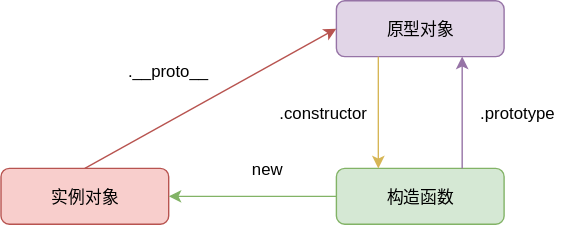
Above: images/JavaScript/prototype-01.svg in overnote/over-javascript (draw.io), before the change. Source tidied: cells renumbered, new cells last; positions are measured from the earlier drawing's top-left corner, leaving out a move shared by most shapes.
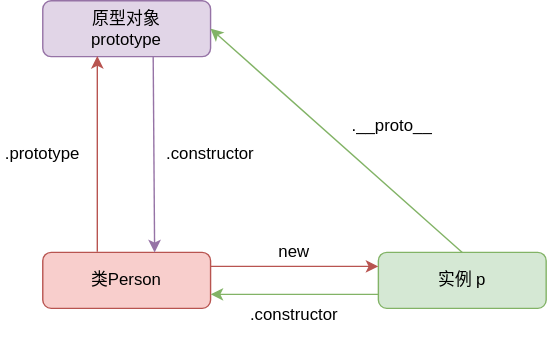
Later version of the same file.

Commit message:
修正原型链关系图

What changed in the source:
```diff
@@ -2,38 +2,46 @@
   <root>
     <mxCell id="0" />
     <mxCell id="1" parent="0" />
-    <mxCell id="2" value=".prototype" style="text;html=1;strokeColor=none;fillColor=none;align=center;verticalAlign=middle;whiteSpace=wrap;rounded=0;" parent="1" vertex="1">
-      <mxGeometry x="340" y="70" width="60" height="20" as="geometry" />
+    <mxCell id="2" value=".__proto__" style="text;html=1;strokeColor=none;fillColor=none;align=center;verticalAlign=middle;whiteSpace=wrap;rounded=0;" parent="1" vertex="1">
+      <mxGeometry x="220" y="20" width="60" height="20" as="geometry" />
     </mxCell>
     <mxCell id="3" value=".constructor" style="text;html=1;strokeColor=none;fillColor=none;align=center;verticalAlign=middle;whiteSpace=wrap;rounded=0;" parent="1" vertex="1">
-      <mxGeometry x="200" y="70" width="60" height="20" as="geometry" />
+      <mxGeometry x="90" y="40" width="60" height="20" as="geometry" />
     </mxCell>
-    <mxCell id="4" value=".__proto__" style="text;html=1;strokeColor=none;fillColor=none;align=center;verticalAlign=middle;whiteSpace=wrap;rounded=0;" parent="1" vertex="1">
-      <mxGeometry x="90" y="40" width="60" height="20" as="geometry" />
+    <mxCell id="4" value=".prototype" style="text;html=1;strokeColor=none;fillColor=none;align=center;verticalAlign=middle;whiteSpace=wrap;rounded=0;" parent="1" vertex="1">
+      <mxGeometry x="-30" y="40" width="60" height="20" as="geometry" />
     </mxCell>
-    <mxCell id="5" value="实例对象" style="rounded=1;whiteSpace=wrap;html=1;fillColor=#f8cecc;strokeColor=#b85450;" parent="1" vertex="1">
+    <mxCell id="5" value="类Person" style="rounded=1;whiteSpace=wrap;html=1;fillColor=#f8cecc;strokeColor=#b85450;" parent="1" vertex="1">
       <mxGeometry y="120" width="120" height="40" as="geometry" />
     </mxCell>
-    <mxCell id="6" style="edgeStyle=orthogonalEdgeStyle;rounded=0;jettySize=auto;html=1;entryX=1;entryY=0.5;entryDx=0;entryDy=0;fillColor=#d5e8d4;strokeColor=#82b366;" parent="1" edge="1" source="7" target="5">
-      <mxGeometry relative="1" as="geometry" />
-    </mxCell>
-    <mxCell id="7" value="构造函数" style="rounded=1;whiteSpace=wrap;html=1;fillColor=#d5e8d4;strokeColor=#82b366;" parent="1" vertex="1">
+    <mxCell id="7" value="实例 p" style="rounded=1;whiteSpace=wrap;html=1;fillColor=#d5e8d4;strokeColor=#82b366;" parent="1" vertex="1">
       <mxGeometry x="240" y="120" width="120" height="40" as="geometry" />
     </mxCell>
-    <mxCell id="8" value="原型对象" style="rounded=1;whiteSpace=wrap;html=1;fillColor=#e1d5e7;strokeColor=#9673a6;" parent="1" vertex="1">
-      <mxGeometry x="240" width="120" height="40" as="geometry" />
+    <mxCell id="8" value="原型对象&lt;br&gt;prototype" style="rounded=1;whiteSpace=wrap;html=1;fillColor=#e1d5e7;strokeColor=#9673a6;" parent="1" vertex="1">
+      <mxGeometry y="-60" width="120" height="40" as="geometry" />
     </mxCell>
-    <mxCell id="9" style="endArrow=classic;html=1;exitX=0.25;exitY=1;exitDx=0;exitDy=0;entryX=0.25;entryY=0;entryDx=0;entryDy=0;fillColor=#fff2cc;strokeColor=#d6b656;" parent="1" edge="1" source="8" target="7">
-      <mxGeometry relative="1" as="geometry" />
-    </mxCell>
-    <mxCell id="10" style="endArrow=classic;html=1;exitX=0.75;exitY=0;exitDx=0;exitDy=0;entryX=0.75;entryY=1;entryDx=0;entryDy=0;fillColor=#e1d5e7;strokeColor=#9673a6;" parent="1" edge="1" source="7" target="8">
+    <mxCell id="10" style="endArrow=classic;html=1;exitX=0.5;exitY=0;exitDx=0;exitDy=0;entryX=1;entryY=0.5;entryDx=0;entryDy=0;fillColor=#d5e8d4;strokeColor=#82b366;" parent="1" edge="1" source="7" target="8">
       <mxGeometry relative="1" as="geometry" />
     </mxCell>
-    <mxCell id="11" style="endArrow=classic;html=1;exitX=0.5;exitY=0;exitDx=0;exitDy=0;entryX=0;entryY=0.5;entryDx=0;entryDy=0;fillColor=#f8cecc;strokeColor=#b85450;" parent="1" edge="1" source="5" target="8">
+    <mxCell id="11" style="endArrow=classic;html=1;exitX=0.325;exitY=-0.012;exitDx=0;exitDy=0;entryX=0.325;entryY=0.988;entryDx=0;entryDy=0;fillColor=#f8cecc;strokeColor=#b85450;exitPerimeter=0;entryPerimeter=0;" parent="1" edge="1" source="5" target="8">
       <mxGeometry relative="1" as="geometry" />
     </mxCell>
     <mxCell id="12" value="new" style="text;html=1;strokeColor=none;fillColor=none;align=center;verticalAlign=middle;whiteSpace=wrap;rounded=0;" parent="1" vertex="1">
-      <mxGeometry x="170" y="110" width="40" height="20" as="geometry" />
+      <mxGeometry x="160" y="110" width="40" height="20" as="geometry" />
     </mxCell>
+    <mxCell id="13" style="endArrow=classic;html=1;rounded=0;exitX=1;exitY=0.25;exitDx=0;exitDy=0;entryX=0;entryY=0.25;entryDx=0;entryDy=0;fillColor=#f8cecc;strokeColor=#b85450;" parent="1" edge="1" source="5" target="7">
+      <mxGeometry relative="1" as="geometry" />
+    </mxCell>
+    <mxCell id="6" style="endArrow=classic;html=1;rounded=0;entryX=1;entryY=0.75;entryDx=0;entryDy=0;exitX=0;exitY=0.75;exitDx=0;exitDy=0;fillColor=#d5e8d4;strokeColor=#82b366;" parent="1" edge="1" source="7" target="5">
+      <mxGeometry relative="1" as="geometry" />
+    </mxCell>
+    <mxCell id="14" value=".constructor" style="text;html=1;strokeColor=none;fillColor=none;align=center;verticalAlign=middle;whiteSpace=wrap;rounded=0;" parent="1" vertex="1">
+      <mxGeometry x="150" y="150" width="60" height="30" as="geometry" />
+    </mxCell>
+    <mxCell id="15" style="endArrow=classic;html=1;rounded=0;exitX=0.658;exitY=0.988;exitDx=0;exitDy=0;fillColor=#e1d5e7;strokeColor=#9673a6;exitPerimeter=0;" parent="1" edge="1" source="8">
+      <mxGeometry relative="1" as="geometry">
+        <mxPoint x="80" y="120" as="targetPoint" />
+      </mxGeometry>
+    </mxCell>
   </root>
 </mxGraphModel>
```
